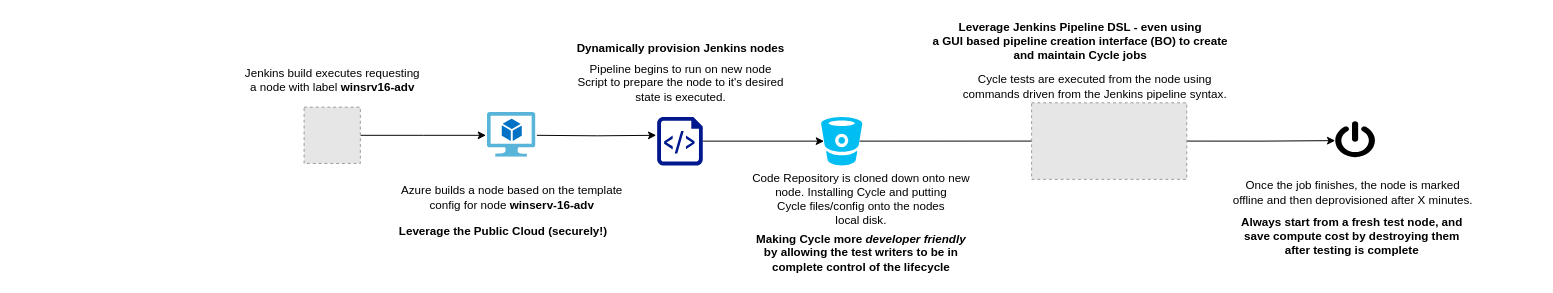
Above: architecture/jenkins-cloud-node-relationship.drawio in ryanberger-az/tryon-jenkins-deploy (draw.io), before the change. Source tidied: cells renumbered, new cells numbered last; positions are measured from the earlier drawing's top-left corner, leaving out a move shared by most shapes. Both pictures are drawn from the tidied source at 97%, with x=0, y=0 at pixel (235, 16). Pictures stored in the file or linked from it are replaced by grey dashed boxes.
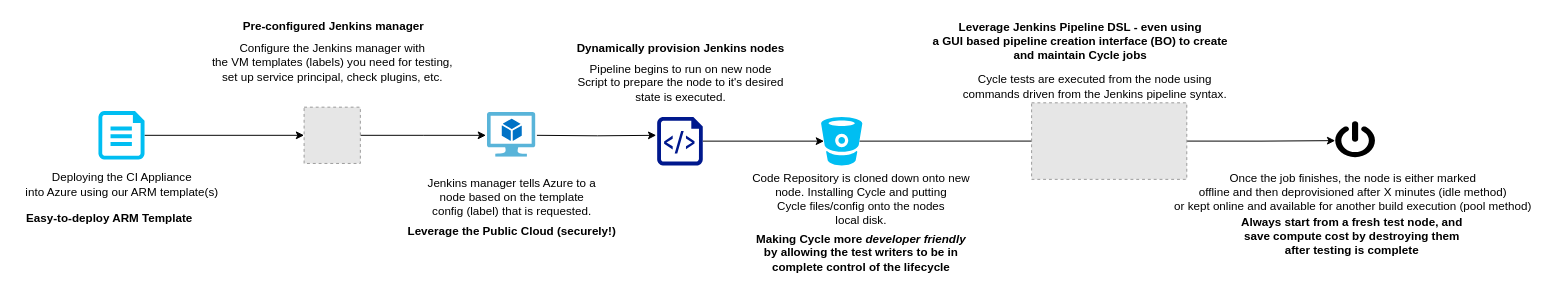
Above is the later version.

Commit message (it also covers changes not shown here):
Updating architecture diagrams

The change refers to these unchanged cells:
```xml
<mxCell id="6" style="fillColor=#E6E6E6;strokeColor=#999999;dashed=1;html=1;verticalAlign=top;verticalLabelPosition=bottom;labelBackgroundColor=#ffffff;" parent="1" vertex="1">
  <mxGeometry x="71" y="93" width="58" height="58" as="geometry" />
</mxCell>
```

The edit, as a diff of the source:
```diff
@@
-    <mxCell id="9" value="Jenkins build executes requesting &lt;br&gt;a node with label &lt;b&gt;winsrv16-adv&lt;/b&gt;" style="text;html=1;align=center;verticalAlign=middle;" parent="1" vertex="1">
-      <mxGeometry y="50" width="200" height="30" as="geometry" />
+    <mxCell id="9" value="Configure the Jenkins manager with&lt;br&gt;the VM templates (labels) you need for testing,&lt;br&gt;set up service principal, check plugins, etc.&lt;br&gt;" style="text;html=1;align=center;verticalAlign=middle;" parent="1" vertex="1">
+      <mxGeometry x="-30" y="21.5" width="260" height="50" as="geometry" />
     </mxCell>
-    <mxCell id="10" value="Azure builds a node based on the template&lt;br&gt;config for node &lt;b&gt;winserv-16-adv&lt;/b&gt;" style="text;html=1;align=center;verticalAlign=middle;" parent="1" vertex="1">
-      <mxGeometry x="165" y="171" width="240" height="30" as="geometry" />
+    <mxCell id="10" value="Jenkins manager tells Azure to a &lt;br&gt;node based on the template&lt;br&gt;config (label) that is requested." style="text;html=1;align=center;verticalAlign=middle;" parent="1" vertex="1">
+      <mxGeometry x="190" y="161" width="190" height="50" as="geometry" />
     </mxCell>
@@
-    <mxCell id="17" value="Once the job finishes, the node is marked&lt;br&gt;offline and then deprovisioned after X minutes." style="text;html=1;align=center;verticalAlign=middle;" parent="1" vertex="1">
-      <mxGeometry x="1021.5" y="165.5" width="260" height="30" as="geometry" />
+    <mxCell id="17" value="Once the job finishes, the node is either marked&lt;br&gt;offline and then deprovisioned after X minutes (idle method)&lt;br&gt;or kept online and available for another build execution (pool method)" style="text;html=1;align=center;verticalAlign=middle;" parent="1" vertex="1">
+      <mxGeometry x="961.5" y="155.5" width="380" height="50" as="geometry" />
     </mxCell>
@@
     <mxCell id="21" value="&lt;b&gt;Leverage the Public Cloud (securely!)&lt;/b&gt;" style="text;html=1;align=center;verticalAlign=middle;" parent="1" vertex="1">
-      <mxGeometry x="161" y="211" width="230" height="20" as="geometry" />
+      <mxGeometry x="170" y="211" width="230" height="20" as="geometry" />
     </mxCell>
@@
+    <mxCell id="24" style="edgeStyle=orthogonalEdgeStyle;rounded=0;jettySize=auto;html=1;exitX=1;exitY=0.5;exitDx=0;exitDy=0;exitPerimeter=0;entryX=0;entryY=0.5;entryDx=0;entryDy=0;" parent="1" edge="1" source="25" target="6">
+      <mxGeometry relative="1" as="geometry" />
+    </mxCell>
+    <mxCell id="25" style="verticalLabelPosition=bottom;html=1;verticalAlign=top;align=center;strokeColor=none;fillColor=#00BEF2;shape=mxgraph.azure.cloud_services_configuration_file;" parent="1" vertex="1">
+      <mxGeometry x="-141" y="97" width="47.5" height="50" as="geometry" />
+    </mxCell>
+    <mxCell id="26" value="Deploying the CI Appliance&lt;br&gt;into Azure using our ARM template(s)" style="text;html=1;align=center;verticalAlign=middle;" parent="1" vertex="1">
+      <mxGeometry x="-222.2" y="158" width="210" height="30" as="geometry" />
+    </mxCell>
+    <mxCell id="27" value="&lt;b&gt;Pre-configured Jenkins manager&lt;/b&gt;" style="text;html=1;align=center;verticalAlign=middle;" parent="1" vertex="1">
+      <mxGeometry x="1" width="200" height="20" as="geometry" />
+    </mxCell>
+    <mxCell id="28" value="Easy-to-deploy ARM Template" style="text;html=1;align=center;verticalAlign=middle;fontStyle=1;" parent="1" vertex="1">
+      <mxGeometry x="-225" y="198" width="190" height="20" as="geometry" />
+    </mxCell>
```
